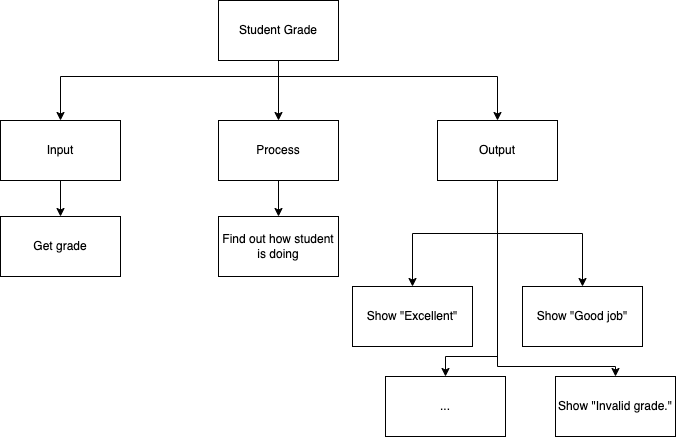
Earlier version of the draw.io export docs/structured-problem-solving/images/top-down-select-case.png (Mr-Coxall/Computer-Based-Problem-Solving). Source tidied: cells renumbered, new cells last; positions are measured from the earlier drawing's top-left corner, leaving out a move shared by most shapes. Its diagram source:
```xml
<mxGraphModel>
  <root>
    <mxCell id="0" />
    <mxCell id="1" parent="0" />
    <mxCell id="2" style="edgeStyle=orthogonalEdgeStyle;html=1;rounded=0;" parent="1" edge="1" source="5" target="7">
      <mxGeometry relative="1" as="geometry" />
    </mxCell>
    <mxCell id="3" style="edgeStyle=orthogonalEdgeStyle;shape=connector;rounded=0;html=1;labelBackgroundColor=default;strokeColor=default;fontFamily=Helvetica;fontSize=11;fontColor=default;endArrow=classic;" parent="1" edge="1" source="5" target="9">
      <mxGeometry relative="1" as="geometry">
        <Array as="points">
          <mxPoint x="278" y="76" />
          <mxPoint x="60" y="76" />
        </Array>
      </mxGeometry>
    </mxCell>
    <mxCell id="4" style="edgeStyle=orthogonalEdgeStyle;shape=connector;rounded=0;html=1;labelBackgroundColor=default;strokeColor=default;fontFamily=Helvetica;fontSize=11;fontColor=default;endArrow=classic;" parent="1" edge="1" source="5" target="14">
      <mxGeometry relative="1" as="geometry">
        <Array as="points">
          <mxPoint x="278" y="76" />
          <mxPoint x="497" y="76" />
        </Array>
      </mxGeometry>
    </mxCell>
    <mxCell id="5" value="Student Grade" style="rounded=0;whiteSpace=wrap;html=1;" parent="1" vertex="1">
      <mxGeometry x="218" width="120" height="60" as="geometry" />
    </mxCell>
    <mxCell id="6" style="edgeStyle=orthogonalEdgeStyle;html=1;rounded=0;" parent="1" edge="1" source="7" target="16">
      <mxGeometry relative="1" as="geometry" />
    </mxCell>
    <mxCell id="7" value="Process" style="rounded=0;whiteSpace=wrap;html=1;" parent="1" vertex="1">
      <mxGeometry x="218" y="120" width="120" height="60" as="geometry" />
    </mxCell>
    <mxCell id="8" style="edgeStyle=orthogonalEdgeStyle;shape=connector;rounded=0;html=1;labelBackgroundColor=default;strokeColor=default;fontFamily=Helvetica;fontSize=11;fontColor=default;endArrow=classic;" parent="1" edge="1" source="9" target="15">
      <mxGeometry relative="1" as="geometry" />
    </mxCell>
    <mxCell id="9" value="Input" style="rounded=0;whiteSpace=wrap;html=1;" parent="1" vertex="1">
      <mxGeometry y="120" width="120" height="60" as="geometry" />
    </mxCell>
    <mxCell id="10" style="edgeStyle=orthogonalEdgeStyle;shape=connector;rounded=0;html=1;labelBackgroundColor=default;strokeColor=default;fontFamily=Helvetica;fontSize=11;fontColor=default;endArrow=classic;" parent="1" edge="1" source="14" target="17">
      <mxGeometry relative="1" as="geometry" />
    </mxCell>
    <mxCell id="11" style="edgeStyle=orthogonalEdgeStyle;html=1;rounded=0;" parent="1" edge="1" source="14" target="18">
      <mxGeometry relative="1" as="geometry" />
    </mxCell>
    <mxCell id="12" style="edgeStyle=orthogonalEdgeStyle;shape=connector;rounded=0;html=1;labelBackgroundColor=default;strokeColor=default;fontFamily=Helvetica;fontSize=11;fontColor=default;endArrow=classic;" parent="1" edge="1" source="14" target="19">
      <mxGeometry relative="1" as="geometry">
        <Array as="points">
          <mxPoint x="497" y="366" />
          <mxPoint x="615" y="366" />
        </Array>
      </mxGeometry>
    </mxCell>
    <mxCell id="13" style="edgeStyle=orthogonalEdgeStyle;shape=connector;rounded=0;html=1;labelBackgroundColor=default;strokeColor=default;fontFamily=Helvetica;fontSize=11;fontColor=default;endArrow=classic;" parent="1" edge="1" source="14" target="20">
      <mxGeometry relative="1" as="geometry">
        <Array as="points">
          <mxPoint x="497" y="356" />
          <mxPoint x="445" y="356" />
        </Array>
      </mxGeometry>
    </mxCell>
    <mxCell id="14" value="Output" style="rounded=0;whiteSpace=wrap;html=1;" parent="1" vertex="1">
      <mxGeometry x="437" y="120" width="120" height="60" as="geometry" />
    </mxCell>
    <mxCell id="15" value="Get grade" style="rounded=0;whiteSpace=wrap;html=1;" parent="1" vertex="1">
      <mxGeometry y="216" width="120" height="60" as="geometry" />
    </mxCell>
    <mxCell id="16" value="Find out how student is doing" style="rounded=0;whiteSpace=wrap;html=1;" parent="1" vertex="1">
      <mxGeometry x="218" y="216" width="120" height="60" as="geometry" />
    </mxCell>
    <mxCell id="17" value="Show &quot;Good job&quot;" style="rounded=0;whiteSpace=wrap;html=1;" parent="1" vertex="1">
      <mxGeometry x="522" y="286" width="120" height="60" as="geometry" />
    </mxCell>
    <mxCell id="18" value="Show &quot;Excellent&quot;" style="rounded=0;whiteSpace=wrap;html=1;" parent="1" vertex="1">
      <mxGeometry x="352" y="286" width="120" height="60" as="geometry" />
    </mxCell>
    <mxCell id="19" value="Show &quot;Invalid grade.&quot;" style="rounded=0;whiteSpace=wrap;html=1;" parent="1" vertex="1">
      <mxGeometry x="555" y="376" width="120" height="60" as="geometry" />
    </mxCell>
    <mxCell id="20" value="..." style="rounded=0;whiteSpace=wrap;html=1;" parent="1" vertex="1">
      <mxGeometry x="385" y="376" width="120" height="60" as="geometry" />
    </mxCell>
  </root>
</mxGraphModel>
```
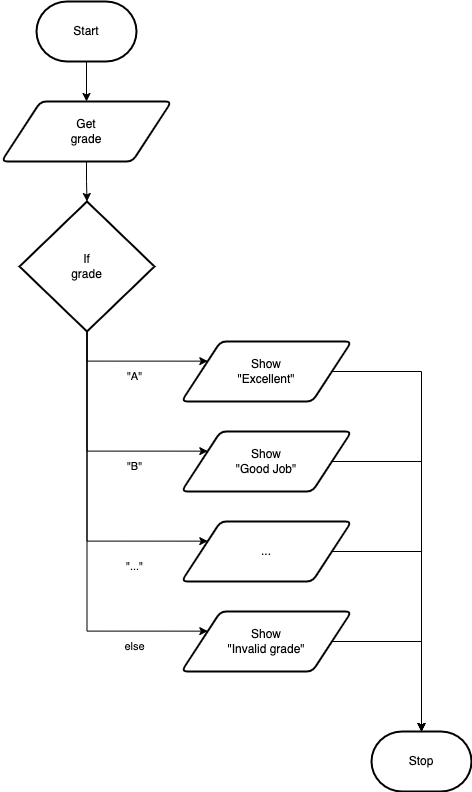
Later version of the same file.

Diff of the diagram source:
```diff
@@ -2,82 +2,98 @@
   <root>
     <mxCell id="0" />
     <mxCell id="1" parent="0" />
-    <mxCell id="2" style="edgeStyle=orthogonalEdgeStyle;html=1;rounded=0;" parent="1" edge="1" source="5" target="7">
-      <mxGeometry relative="1" as="geometry" />
-    </mxCell>
-    <mxCell id="3" style="edgeStyle=orthogonalEdgeStyle;shape=connector;rounded=0;html=1;labelBackgroundColor=default;strokeColor=default;fontFamily=Helvetica;fontSize=11;fontColor=default;endArrow=classic;" parent="1" edge="1" source="5" target="9">
-      <mxGeometry relative="1" as="geometry">
-        <Array as="points">
-          <mxPoint x="278" y="76" />
-          <mxPoint x="60" y="76" />
-        </Array>
-      </mxGeometry>
-    </mxCell>
-    <mxCell id="4" style="edgeStyle=orthogonalEdgeStyle;shape=connector;rounded=0;html=1;labelBackgroundColor=default;strokeColor=default;fontFamily=Helvetica;fontSize=11;fontColor=default;endArrow=classic;" parent="1" edge="1" source="5" target="14">
-      <mxGeometry relative="1" as="geometry">
-        <Array as="points">
-          <mxPoint x="278" y="76" />
-          <mxPoint x="497" y="76" />
-        </Array>
-      </mxGeometry>
-    </mxCell>
-    <mxCell id="5" value="Student Grade" style="rounded=0;whiteSpace=wrap;html=1;" parent="1" vertex="1">
-      <mxGeometry x="218" width="120" height="60" as="geometry" />
-    </mxCell>
+    <mxCell id="18" style="edgeStyle=orthogonalEdgeStyle;html=1;rounded=0;" parent="1" edge="1" source="10" target="6">
+      <mxGeometry relative="1" as="geometry" />
+    </mxCell>
+    <mxCell id="10" value="Start" style="strokeWidth=2;html=1;shape=mxgraph.flowchart.terminator;whiteSpace=wrap;" parent="1" vertex="1">
+      <mxGeometry x="240" y="-144" width="100" height="60" as="geometry" />
+    </mxCell>
+    <mxCell id="21" style="edgeStyle=orthogonalEdgeStyle;html=1;rounded=0;" parent="1" edge="1" source="6" target="28">
+      <mxGeometry relative="1" as="geometry" />
+    </mxCell>
-    <mxCell id="6" style="edgeStyle=orthogonalEdgeStyle;html=1;rounded=0;" parent="1" edge="1" source="7" target="16">
-      <mxGeometry relative="1" as="geometry" />
+    <mxCell id="6" value="Get&lt;br&gt;grade" style="shape=parallelogram;html=1;strokeWidth=2;perimeter=parallelogramPerimeter;whiteSpace=wrap;rounded=1;arcSize=12;size=0.23;" parent="1" vertex="1">
+      <mxGeometry x="205" y="-44" width="170" height="60" as="geometry" />
     </mxCell>
-    <mxCell id="7" value="Process" style="rounded=0;whiteSpace=wrap;html=1;" parent="1" vertex="1">
-      <mxGeometry x="218" y="120" width="120" height="60" as="geometry" />
-    </mxCell>
-    <mxCell id="8" style="edgeStyle=orthogonalEdgeStyle;shape=connector;rounded=0;html=1;labelBackgroundColor=default;strokeColor=default;fontFamily=Helvetica;fontSize=11;fontColor=default;endArrow=classic;" parent="1" edge="1" source="9" target="15">
-      <mxGeometry relative="1" as="geometry" />
-    </mxCell>
-    <mxCell id="9" value="Input" style="rounded=0;whiteSpace=wrap;html=1;" parent="1" vertex="1">
-      <mxGeometry y="120" width="120" height="60" as="geometry" />
-    </mxCell>
-    <mxCell id="10" style="edgeStyle=orthogonalEdgeStyle;shape=connector;rounded=0;html=1;labelBackgroundColor=default;strokeColor=default;fontFamily=Helvetica;fontSize=11;fontColor=default;endArrow=classic;" parent="1" edge="1" source="14" target="17">
-      <mxGeometry relative="1" as="geometry" />
-    </mxCell>
-    <mxCell id="11" style="edgeStyle=orthogonalEdgeStyle;html=1;rounded=0;" parent="1" edge="1" source="14" target="18">
-      <mxGeometry relative="1" as="geometry" />
-    </mxCell>
-    <mxCell id="12" style="edgeStyle=orthogonalEdgeStyle;shape=connector;rounded=0;html=1;labelBackgroundColor=default;strokeColor=default;fontFamily=Helvetica;fontSize=11;fontColor=default;endArrow=classic;" parent="1" edge="1" source="14" target="19">
-      <mxGeometry relative="1" as="geometry">
-        <Array as="points">
-          <mxPoint x="497" y="366" />
-          <mxPoint x="615" y="366" />
-        </Array>
-      </mxGeometry>
-    </mxCell>
-    <mxCell id="13" style="edgeStyle=orthogonalEdgeStyle;shape=connector;rounded=0;html=1;labelBackgroundColor=default;strokeColor=default;fontFamily=Helvetica;fontSize=11;fontColor=default;endArrow=classic;" parent="1" edge="1" source="14" target="20">
-      <mxGeometry relative="1" as="geometry">
-        <Array as="points">
-          <mxPoint x="497" y="356" />
-          <mxPoint x="445" y="356" />
-        </Array>
-      </mxGeometry>
-    </mxCell>
-    <mxCell id="14" value="Output" style="rounded=0;whiteSpace=wrap;html=1;" parent="1" vertex="1">
-      <mxGeometry x="437" y="120" width="120" height="60" as="geometry" />
-    </mxCell>
-    <mxCell id="15" value="Get grade" style="rounded=0;whiteSpace=wrap;html=1;" parent="1" vertex="1">
-      <mxGeometry y="216" width="120" height="60" as="geometry" />
-    </mxCell>
-    <mxCell id="16" value="Find out how student is doing" style="rounded=0;whiteSpace=wrap;html=1;" parent="1" vertex="1">
-      <mxGeometry x="218" y="216" width="120" height="60" as="geometry" />
-    </mxCell>
-    <mxCell id="17" value="Show &quot;Good job&quot;" style="rounded=0;whiteSpace=wrap;html=1;" parent="1" vertex="1">
-      <mxGeometry x="522" y="286" width="120" height="60" as="geometry" />
-    </mxCell>
-    <mxCell id="18" value="Show &quot;Excellent&quot;" style="rounded=0;whiteSpace=wrap;html=1;" parent="1" vertex="1">
-      <mxGeometry x="352" y="286" width="120" height="60" as="geometry" />
-    </mxCell>
-    <mxCell id="19" value="Show &quot;Invalid grade.&quot;" style="rounded=0;whiteSpace=wrap;html=1;" parent="1" vertex="1">
-      <mxGeometry x="555" y="376" width="120" height="60" as="geometry" />
-    </mxCell>
+    <mxCell id="22" value="Stop" style="strokeWidth=2;html=1;shape=mxgraph.flowchart.terminator;whiteSpace=wrap;" parent="1" vertex="1">
+      <mxGeometry x="575" y="586" width="100" height="60" as="geometry" />
+    </mxCell>
+    <mxCell id="23" style="edgeStyle=none;html=1;strokeColor=none;rounded=0;" parent="1" edge="1" source="28">
+      <mxGeometry relative="1" as="geometry">
+        <mxPoint x="290.1" y="246" as="targetPoint" />
+      </mxGeometry>
+    </mxCell>
+    <mxCell id="24" style="edgeStyle=orthogonalEdgeStyle;rounded=0;html=1;entryX=0;entryY=0.25;entryDx=0;entryDy=0;" parent="1" edge="1" source="28" target="31">
+      <mxGeometry relative="1" as="geometry">
+        <Array as="points">
+          <mxPoint x="291" y="216" />
+        </Array>
+      </mxGeometry>
+    </mxCell>
+    <mxCell id="25" style="edgeStyle=orthogonalEdgeStyle;rounded=0;html=1;entryX=0;entryY=0.25;entryDx=0;entryDy=0;" parent="1" edge="1" source="28" target="33">
+      <mxGeometry relative="1" as="geometry">
+        <Array as="points">
+          <mxPoint x="291" y="306" />
+        </Array>
+      </mxGeometry>
+    </mxCell>
+    <mxCell id="26" style="edgeStyle=orthogonalEdgeStyle;rounded=0;html=1;entryX=0;entryY=0.25;entryDx=0;entryDy=0;" parent="1" edge="1" source="28" target="37">
+      <mxGeometry relative="1" as="geometry">
+        <Array as="points">
+          <mxPoint x="291" y="486" />
+        </Array>
+      </mxGeometry>
+    </mxCell>
+    <mxCell id="27" style="edgeStyle=orthogonalEdgeStyle;rounded=0;html=1;entryX=0;entryY=0.25;entryDx=0;entryDy=0;" parent="1" edge="1" source="28" target="20">
+      <mxGeometry relative="1" as="geometry">
+        <Array as="points">
+          <mxPoint x="291" y="396" />
+        </Array>
+      </mxGeometry>
+    </mxCell>
+    <mxCell id="28" value="If&lt;br&gt;grade" style="strokeWidth=2;html=1;shape=mxgraph.flowchart.decision;whiteSpace=wrap;" parent="1" vertex="1">
+      <mxGeometry x="223" y="56" width="135" height="130" as="geometry" />
+    </mxCell>
+    <mxCell id="29" value="&quot;A&quot;" style="text;html=1;align=center;verticalAlign=middle;strokeColor=none;fillColor=none;fontSize=11;fontFamily=Helvetica;fontColor=default;" parent="1" vertex="1">
+      <mxGeometry x="318" y="216" width="40" height="30" as="geometry" />
+    </mxCell>
+    <mxCell id="30" style="edgeStyle=orthogonalEdgeStyle;rounded=0;html=1;" parent="1" edge="1" source="31">
+      <mxGeometry relative="1" as="geometry">
+        <mxPoint x="625" y="586" as="targetPoint" />
+      </mxGeometry>
+    </mxCell>
+    <mxCell id="31" value="Show&lt;br&gt;&quot;Excellent&quot;" style="shape=parallelogram;html=1;strokeWidth=2;perimeter=parallelogramPerimeter;whiteSpace=wrap;rounded=1;arcSize=12;size=0.23;" parent="1" vertex="1">
+      <mxGeometry x="385" y="196" width="170" height="60" as="geometry" />
+    </mxCell>
+    <mxCell id="32" style="edgeStyle=orthogonalEdgeStyle;rounded=0;html=1;" parent="1" edge="1" source="33">
+      <mxGeometry relative="1" as="geometry">
+        <mxPoint x="625" y="586" as="targetPoint" />
+      </mxGeometry>
+    </mxCell>
+    <mxCell id="33" value="Show&lt;br&gt;&quot;Good Job&quot;" style="shape=parallelogram;html=1;strokeWidth=2;perimeter=parallelogramPerimeter;whiteSpace=wrap;rounded=1;arcSize=12;size=0.23;" parent="1" vertex="1">
+      <mxGeometry x="385" y="286" width="170" height="60" as="geometry" />
+    </mxCell>
+    <mxCell id="34" value="&quot;B&quot;" style="text;html=1;align=center;verticalAlign=middle;strokeColor=none;fillColor=none;fontSize=11;fontFamily=Helvetica;fontColor=default;" parent="1" vertex="1">
+      <mxGeometry x="318" y="306" width="40" height="30" as="geometry" />
+    </mxCell>
+    <mxCell id="35" style="edgeStyle=orthogonalEdgeStyle;rounded=0;html=1;" parent="1" edge="1" source="20" target="22">
+      <mxGeometry relative="1" as="geometry" />
+    </mxCell>
-    <mxCell id="20" value="..." style="rounded=0;whiteSpace=wrap;html=1;" parent="1" vertex="1">
-      <mxGeometry x="385" y="376" width="120" height="60" as="geometry" />
+    <mxCell id="20" value="..." style="shape=parallelogram;html=1;strokeWidth=2;perimeter=parallelogramPerimeter;whiteSpace=wrap;rounded=1;arcSize=12;size=0.23;" parent="1" vertex="1">
+      <mxGeometry x="385" y="376" width="170" height="60" as="geometry" />
     </mxCell>
+    <mxCell id="36" style="edgeStyle=orthogonalEdgeStyle;rounded=0;html=1;" parent="1" edge="1" source="37">
+      <mxGeometry relative="1" as="geometry">
+        <mxPoint x="625" y="586" as="targetPoint" />
+      </mxGeometry>
+    </mxCell>
+    <mxCell id="37" value="Show&lt;br&gt;&quot;Invalid grade&quot;" style="shape=parallelogram;html=1;strokeWidth=2;perimeter=parallelogramPerimeter;whiteSpace=wrap;rounded=1;arcSize=12;size=0.23;" parent="1" vertex="1">
+      <mxGeometry x="385" y="466" width="170" height="60" as="geometry" />
+    </mxCell>
+    <mxCell id="38" value="&quot;...&quot;" style="text;html=1;align=center;verticalAlign=middle;strokeColor=none;fillColor=none;fontSize=11;fontFamily=Helvetica;fontColor=default;" parent="1" vertex="1">
+      <mxGeometry x="318" y="406" width="40" height="30" as="geometry" />
+    </mxCell>
+    <mxCell id="39" value="else" style="text;html=1;align=center;verticalAlign=middle;strokeColor=none;fillColor=none;fontSize=11;fontFamily=Helvetica;fontColor=default;" parent="1" vertex="1">
+      <mxGeometry x="318" y="486" width="40" height="30" as="geometry" />
+    </mxCell>
   </root>
 </mxGraphModel>
```
